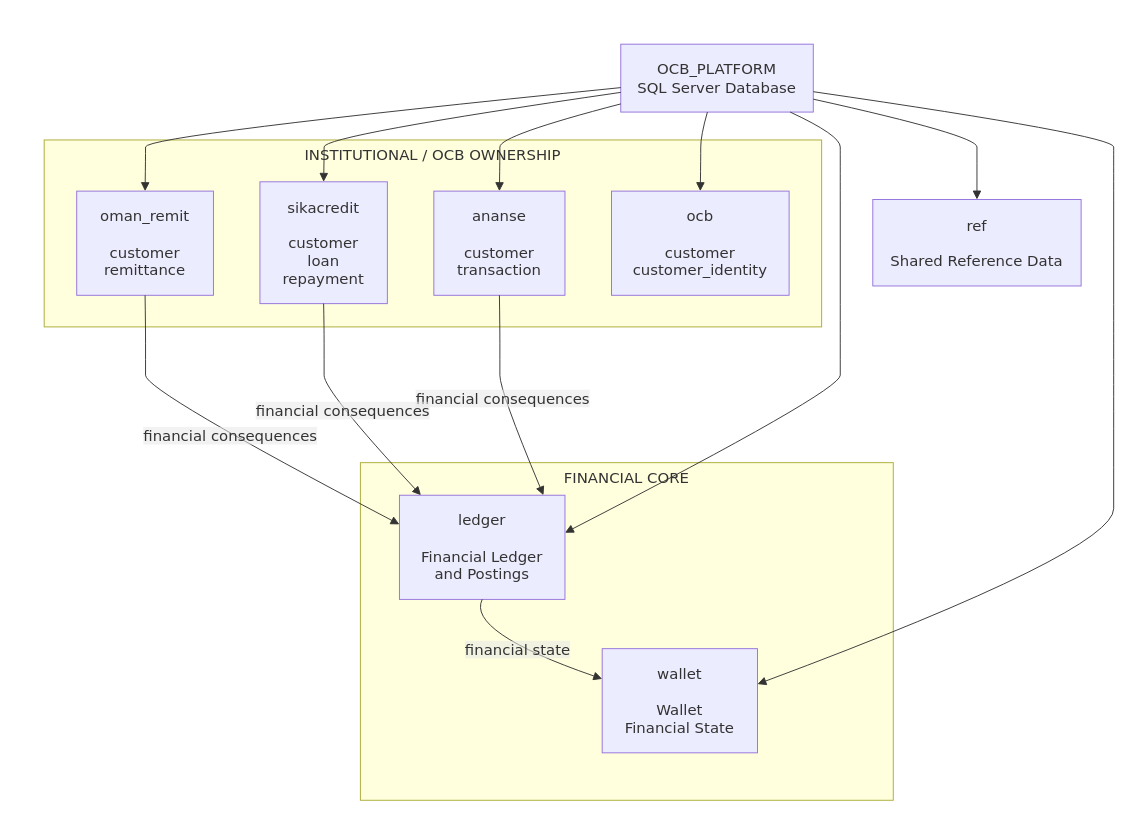
Above: diagrams/WP-2.3-T05_database_schema.drawio in deloveyeboah10-Nagato/OCB_PLATFORM (draw.io), before the change. Source tidied: cells renumbered, new cells numbered last; positions are measured from the earlier drawing's top-left corner, leaving out a move shared by most shapes. Both pictures are drawn from the tidied source at 93%, with x=0, y=0 at pixel (16, 16).
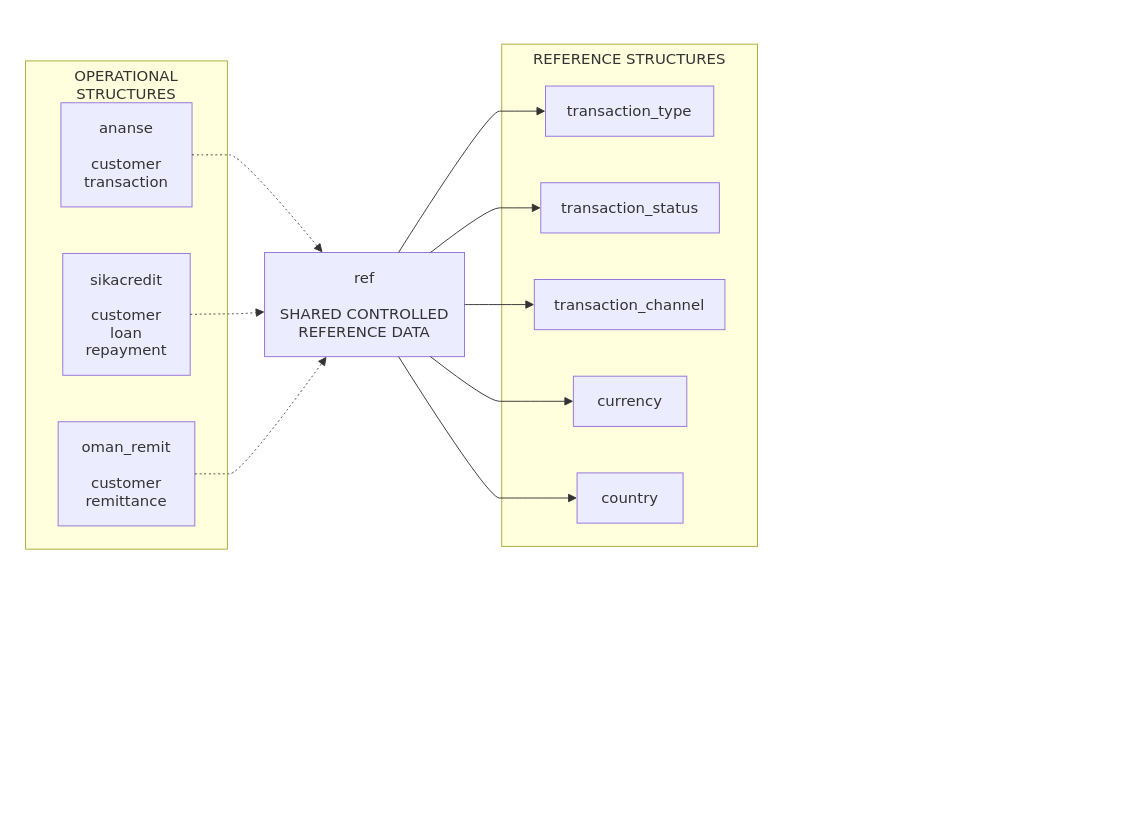
After the change.

The edit, as a diff of the source:
```diff
@@
     <mxCell id="2" style="group;transparentBounds=1;editIcon=1;lockedGroup=0;groupPadding=10;" parent="1" vertex="1">
-      <mxGeometry width="600" height="637" as="geometry" />
+      <mxGeometry as="geometry" />
     </mxCell>
-    <mxCell id="3" value="INSTITUTIONAL / OCB OWNERSHIP" style="html=1;whiteSpace=wrap;strokeWidth=1;verticalAlign=top;fillColor=light-dark(#ffffde,#1f2020);strokeColor=light-dark(#aaaa33,#cccccc);fontColor=light-dark(#333333,#cccccc);fontFamily=Trebuchet MS,Verdana,Arial,sans-serif;fontSize=16;" parent="2" vertex="1">
-      <mxGeometry x="30" y="133" width="836" height="201" as="geometry" />
-    </mxCell>
-    <mxCell id="4" value="ocb&#10;&#10;customer&#10;customer_identity" style="html=1;whiteSpace=wrap;strokeWidth=1;fillColor=light-dark(#ECECFF,#1f2020);strokeColor=light-dark(#9370DB,#cccccc);fontColor=light-dark(#333333,#cccccc);fontFamily=Trebuchet MS,Verdana,Arial,sans-serif;fontSize=16;" parent="3" vertex="1">
-      <mxGeometry x="610" y="55" width="191" height="112" as="geometry" />
-    </mxCell>
+    <mxCell id="24" value="OPERATIONAL STRUCTURES" style="html=1;whiteSpace=wrap;strokeWidth=1;verticalAlign=top;fillColor=light-dark(#ffffde,#1f2020);strokeColor=light-dark(#aaaa33,#cccccc);fontColor=light-dark(#333333,#cccccc);fontFamily=Trebuchet MS,Verdana,Arial,sans-serif;fontSize=16;" parent="2" vertex="1">
+      <mxGeometry x="10" y="48" width="217" height="525" as="geometry" />
+    </mxCell>
-    <mxCell id="5" value="ananse&#10;&#10;customer&#10;transaction" style="html=1;whiteSpace=wrap;strokeWidth=1;fillColor=light-dark(#ECECFF,#1f2020);strokeColor=light-dark(#9370DB,#cccccc);fontColor=light-dark(#333333,#cccccc);fontFamily=Trebuchet MS,Verdana,Arial,sans-serif;fontSize=16;" parent="3" vertex="1">
-      <mxGeometry x="419" y="55" width="141" height="112" as="geometry" />
+    <mxCell id="5" value="ananse&#10;&#10;customer&#10;transaction" style="html=1;whiteSpace=wrap;strokeWidth=1;fillColor=light-dark(#ECECFF,#1f2020);strokeColor=light-dark(#9370DB,#cccccc);fontColor=light-dark(#333333,#cccccc);fontFamily=Trebuchet MS,Verdana,Arial,sans-serif;fontSize=16;" parent="24" vertex="1">
+      <mxGeometry x="38" y="45" width="141" height="112" as="geometry" />
     </mxCell>
-    <mxCell id="6" value="sikacredit&#10;&#10;customer&#10;loan&#10;repayment" style="html=1;whiteSpace=wrap;strokeWidth=1;fillColor=light-dark(#ECECFF,#1f2020);strokeColor=light-dark(#9370DB,#cccccc);fontColor=light-dark(#333333,#cccccc);fontFamily=Trebuchet MS,Verdana,Arial,sans-serif;fontSize=16;" parent="3" vertex="1">
-      <mxGeometry x="232" y="45" width="137" height="131" as="geometry" />
+    <mxCell id="6" value="sikacredit&#10;&#10;customer&#10;loan&#10;repayment" style="html=1;whiteSpace=wrap;strokeWidth=1;fillColor=light-dark(#ECECFF,#1f2020);strokeColor=light-dark(#9370DB,#cccccc);fontColor=light-dark(#333333,#cccccc);fontFamily=Trebuchet MS,Verdana,Arial,sans-serif;fontSize=16;" parent="24" vertex="1">
+      <mxGeometry x="40" y="207" width="137" height="131" as="geometry" />
     </mxCell>
-    <mxCell id="7" value="oman_remit&#10;&#10;customer&#10;remittance" style="html=1;whiteSpace=wrap;strokeWidth=1;fillColor=light-dark(#ECECFF,#1f2020);strokeColor=light-dark(#9370DB,#cccccc);fontColor=light-dark(#333333,#cccccc);fontFamily=Trebuchet MS,Verdana,Arial,sans-serif;fontSize=16;" parent="3" vertex="1">
-      <mxGeometry x="35" y="55" width="147" height="112" as="geometry" />
+    <mxCell id="7" value="oman_remit&#10;&#10;customer&#10;remittance" style="html=1;whiteSpace=wrap;strokeWidth=1;fillColor=light-dark(#ECECFF,#1f2020);strokeColor=light-dark(#9370DB,#cccccc);fontColor=light-dark(#333333,#cccccc);fontFamily=Trebuchet MS,Verdana,Arial,sans-serif;fontSize=16;" parent="24" vertex="1">
+      <mxGeometry x="35" y="388" width="147" height="112" as="geometry" />
     </mxCell>
-    <mxCell id="8" value="FINANCIAL CORE" style="html=1;whiteSpace=wrap;strokeWidth=1;verticalAlign=top;fillColor=light-dark(#ffffde,#1f2020);strokeColor=light-dark(#aaaa33,#cccccc);fontColor=light-dark(#333333,#cccccc);fontFamily=Trebuchet MS,Verdana,Arial,sans-serif;fontSize=16;" parent="2" vertex="1">
-      <mxGeometry x="370" y="480" width="573" height="363" as="geometry" />
-    </mxCell>
-    <mxCell id="9" value="wallet&#10;&#10;Wallet&#10;Financial State" style="html=1;whiteSpace=wrap;strokeWidth=1;fillColor=light-dark(#ECECFF,#1f2020);strokeColor=light-dark(#9370DB,#cccccc);fontColor=light-dark(#333333,#cccccc);fontFamily=Trebuchet MS,Verdana,Arial,sans-serif;fontSize=16;" parent="8" vertex="1">
-      <mxGeometry x="260" y="200" width="167" height="112" as="geometry" />
-    </mxCell>
-    <mxCell id="10" value="OCB_PLATFORM&#10;SQL Server Database" style="html=1;whiteSpace=wrap;strokeWidth=1;fillColor=light-dark(#ECECFF,#1f2020);strokeColor=light-dark(#9370DB,#cccccc);fontColor=light-dark(#333333,#cccccc);fontFamily=Trebuchet MS,Verdana,Arial,sans-serif;fontSize=16;" parent="2" vertex="1">
-      <mxGeometry x="650" y="30" width="207" height="73" as="geometry" />
-    </mxCell>
-    <mxCell id="11" value="ref&#10;&#10;Shared Reference Data" style="html=1;whiteSpace=wrap;strokeWidth=1;fillColor=light-dark(#ECECFF,#1f2020);strokeColor=light-dark(#9370DB,#cccccc);fontColor=light-dark(#333333,#cccccc);fontFamily=Trebuchet MS,Verdana,Arial,sans-serif;fontSize=16;" parent="2" vertex="1">
-      <mxGeometry x="921" y="197" width="224" height="93" as="geometry" />
-    </mxCell>
-    <mxCell id="12" style="curved=1;startArrow=none;endArrow=block;endSize=7;strokeColor=light-dark(#333333,#cccccc);exitX=0.45;exitY=1;entryX=0.5;entryY=0;rounded=0;" parent="2" edge="1" source="10" target="4">
-      <mxGeometry relative="1" as="geometry">
-        <Array as="points">
-          <mxPoint x="736" y="128" />
-          <mxPoint x="736" y="153" />
-        </Array>
-      </mxGeometry>
-    </mxCell>
-    <mxCell id="13" style="curved=1;startArrow=none;endArrow=block;endSize=7;strokeColor=light-dark(#333333,#cccccc);exitX=0;exitY=0.88;entryX=0.5;entryY=0;rounded=0;" parent="2" edge="1" source="10" target="5">
-      <mxGeometry relative="1" as="geometry">
-        <Array as="points">
-          <mxPoint x="520" y="128" />
-          <mxPoint x="520" y="153" />
-        </Array>
-      </mxGeometry>
-    </mxCell>
-    <mxCell id="14" style="curved=1;startArrow=none;endArrow=block;endSize=7;strokeColor=light-dark(#333333,#cccccc);exitX=0;exitY=0.71;entryX=0.5;entryY=0;rounded=0;" parent="2" edge="1" source="10" target="6">
-      <mxGeometry relative="1" as="geometry">
-        <Array as="points">
-          <mxPoint x="331" y="128" />
-          <mxPoint x="331" y="153" />
-        </Array>
-      </mxGeometry>
-    </mxCell>
-    <mxCell id="15" style="curved=1;startArrow=none;endArrow=block;endSize=7;strokeColor=light-dark(#333333,#cccccc);exitX=0;exitY=0.64;entryX=0.5;entryY=0;rounded=0;" parent="2" edge="1" source="10" target="7">
-      <mxGeometry relative="1" as="geometry">
-        <Array as="points">
-          <mxPoint x="139" y="128" />
-          <mxPoint x="139" y="153" />
-        </Array>
-      </mxGeometry>
-    </mxCell>
-    <mxCell id="16" style="curved=1;startArrow=none;endArrow=block;endSize=7;strokeColor=light-dark(#333333,#cccccc);exitX=0.88;exitY=1;entryX=1;entryY=0.36;rounded=0;" parent="2" edge="1" source="10" target="22">
-      <mxGeometry relative="1" as="geometry">
-        <Array as="points">
-          <mxPoint x="886" y="128" />
-          <mxPoint x="886" y="153" />
-          <mxPoint x="886" y="244" />
-          <mxPoint x="886" y="334" />
-          <mxPoint x="886" y="369" />
-          <mxPoint x="886" y="403" />
-        </Array>
-      </mxGeometry>
-    </mxCell>
-    <mxCell id="17" style="curved=1;startArrow=none;endArrow=block;endSize=7;strokeColor=light-dark(#333333,#cccccc);exitX=1;exitY=0.7;entryX=1;entryY=0.34;rounded=0;" parent="2" edge="1" source="10" target="9">
-      <mxGeometry relative="1" as="geometry">
-        <Array as="points">
-          <mxPoint x="1180" y="128" />
-          <mxPoint x="1180" y="153" />
-          <mxPoint x="1180" y="244" />
-          <mxPoint x="1180" y="334" />
-          <mxPoint x="1180" y="369" />
-          <mxPoint x="1180" y="403" />
-          <mxPoint x="1180" y="484" />
-          <mxPoint x="1180" y="575" />
-        </Array>
-      </mxGeometry>
-    </mxCell>
-    <mxCell id="18" style="curved=1;startArrow=none;endArrow=block;endSize=7;strokeColor=light-dark(#333333,#cccccc);exitX=1;exitY=0.81;entryX=0.5;entryY=0;rounded=0;" parent="2" edge="1" source="10" target="11">
-      <mxGeometry relative="1" as="geometry">
-        <Array as="points">
-          <mxPoint x="1033" y="128" />
-          <mxPoint x="1033" y="153" />
-        </Array>
-      </mxGeometry>
-    </mxCell>
-    <mxCell id="19" value="financial consequences" style="curved=1;startArrow=none;endArrow=block;endSize=7;strokeColor=light-dark(#333333,#cccccc);html=1;fontSize=16;labelBackgroundColor=light-dark(#E8E8E88D,#2a2a2a8D);fontFamily=Trebuchet MS,Verdana,Arial,sans-serif;fontColor=light-dark(#333333,#cccccc);exitX=0.5;exitY=1;entryX=0.87;entryY=0;rounded=0;" parent="2" edge="1" source="5" target="22">
-      <mxGeometry relative="1" as="geometry">
-        <Array as="points">
-          <mxPoint x="520" y="334" />
-          <mxPoint x="520" y="369" />
-          <mxPoint x="520" y="403" />
-        </Array>
-      </mxGeometry>
-    </mxCell>
-    <mxCell id="20" value="financial consequences" style="curved=1;startArrow=none;endArrow=block;endSize=7;strokeColor=light-dark(#333333,#cccccc);html=1;fontSize=16;labelBackgroundColor=light-dark(#E8E8E88D,#2a2a2a8D);fontFamily=Trebuchet MS,Verdana,Arial,sans-serif;fontColor=light-dark(#333333,#cccccc);exitX=0.5;exitY=1;entryX=0.13;entryY=0;rounded=0;" parent="2" edge="1" source="6" target="22">
-      <mxGeometry relative="1" as="geometry">
-        <Array as="points">
-          <mxPoint x="331" y="334" />
-          <mxPoint x="331" y="369" />
-          <mxPoint x="331" y="403" />
-        </Array>
-      </mxGeometry>
-    </mxCell>
-    <mxCell id="21" value="financial consequences" style="curved=1;startArrow=none;endArrow=block;endSize=7;strokeColor=light-dark(#333333,#cccccc);html=1;fontSize=16;labelBackgroundColor=light-dark(#E8E8E88D,#2a2a2a8D);fontFamily=Trebuchet MS,Verdana,Arial,sans-serif;fontColor=light-dark(#333333,#cccccc);exitX=0.5;exitY=1;entryX=0;entryY=0.28;rounded=0;" parent="2" edge="1" source="7" target="22">
-      <mxGeometry relative="1" as="geometry">
-        <Array as="points">
-          <mxPoint x="139" y="334" />
-          <mxPoint x="139" y="369" />
-          <mxPoint x="139" y="403" />
-        </Array>
-      </mxGeometry>
-    </mxCell>
-    <mxCell id="22" value="ledger&#10;&#10;Financial Ledger&#10;and Postings" style="html=1;whiteSpace=wrap;strokeWidth=1;fillColor=light-dark(#ECECFF,#1f2020);strokeColor=light-dark(#9370DB,#cccccc);fontColor=light-dark(#333333,#cccccc);fontFamily=Trebuchet MS,Verdana,Arial,sans-serif;fontSize=16;" parent="2" vertex="1">
-      <mxGeometry x="412" y="515" width="178" height="112" as="geometry" />
-    </mxCell>
-    <mxCell id="23" value="financial state" style="curved=1;startArrow=none;endArrow=block;endSize=7;strokeColor=light-dark(#333333,#cccccc);html=1;fontSize=16;labelBackgroundColor=light-dark(#E8E8E88D,#2a2a2a8D);fontFamily=Trebuchet MS,Verdana,Arial,sans-serif;fontColor=light-dark(#333333,#cccccc);exitX=0.5;exitY=1;entryX=0;entryY=0.29;rounded=0;" parent="2" edge="1" source="22" target="9">
-      <mxGeometry relative="1" as="geometry">
-        <Array as="points">
-          <mxPoint x="484" y="662" />
-        </Array>
-      </mxGeometry>
-    </mxCell>
+    <mxCell id="25" value="REFERENCE STRUCTURES" style="html=1;whiteSpace=wrap;strokeWidth=1;verticalAlign=top;fillColor=light-dark(#ffffde,#1f2020);strokeColor=light-dark(#aaaa33,#cccccc);fontColor=light-dark(#333333,#cccccc);fontFamily=Trebuchet MS,Verdana,Arial,sans-serif;fontSize=16;" parent="2" vertex="1">
+      <mxGeometry x="522" y="30" width="275" height="540" as="geometry" />
+    </mxCell>
+    <mxCell id="26" value="transaction_type" style="html=1;whiteSpace=wrap;strokeWidth=1;fillColor=light-dark(#ECECFF,#1f2020);strokeColor=light-dark(#9370DB,#cccccc);fontColor=light-dark(#333333,#cccccc);fontFamily=Trebuchet MS,Verdana,Arial,sans-serif;fontSize=16;" parent="25" vertex="1">
+      <mxGeometry x="47" y="45" width="181" height="54" as="geometry" />
+    </mxCell>
+    <mxCell id="27" value="transaction_status" style="html=1;whiteSpace=wrap;strokeWidth=1;fillColor=light-dark(#ECECFF,#1f2020);strokeColor=light-dark(#9370DB,#cccccc);fontColor=light-dark(#333333,#cccccc);fontFamily=Trebuchet MS,Verdana,Arial,sans-serif;fontSize=16;" parent="25" vertex="1">
+      <mxGeometry x="42" y="149" width="192" height="54" as="geometry" />
+    </mxCell>
+    <mxCell id="28" value="transaction_channel" style="html=1;whiteSpace=wrap;strokeWidth=1;fillColor=light-dark(#ECECFF,#1f2020);strokeColor=light-dark(#9370DB,#cccccc);fontColor=light-dark(#333333,#cccccc);fontFamily=Trebuchet MS,Verdana,Arial,sans-serif;fontSize=16;" parent="25" vertex="1">
+      <mxGeometry x="35" y="253" width="205" height="54" as="geometry" />
+    </mxCell>
+    <mxCell id="29" value="currency" style="html=1;whiteSpace=wrap;strokeWidth=1;fillColor=light-dark(#ECECFF,#1f2020);strokeColor=light-dark(#9370DB,#cccccc);fontColor=light-dark(#333333,#cccccc);fontFamily=Trebuchet MS,Verdana,Arial,sans-serif;fontSize=16;" parent="25" vertex="1">
+      <mxGeometry x="77" y="357" width="122" height="54" as="geometry" />
+    </mxCell>
+    <mxCell id="30" value="country" style="html=1;whiteSpace=wrap;strokeWidth=1;fillColor=light-dark(#ECECFF,#1f2020);strokeColor=light-dark(#9370DB,#cccccc);fontColor=light-dark(#333333,#cccccc);fontFamily=Trebuchet MS,Verdana,Arial,sans-serif;fontSize=16;" parent="25" vertex="1">
+      <mxGeometry x="81" y="461" width="114" height="54" as="geometry" />
+    </mxCell>
+    <mxCell id="31" value="ref&#10;&#10;SHARED CONTROLLED&#10;REFERENCE DATA" style="html=1;whiteSpace=wrap;strokeWidth=1;fillColor=light-dark(#ECECFF,#1f2020);strokeColor=light-dark(#9370DB,#cccccc);fontColor=light-dark(#333333,#cccccc);fontFamily=Trebuchet MS,Verdana,Arial,sans-serif;fontSize=16;" parent="2" vertex="1">
+      <mxGeometry x="267" y="254" width="215" height="112" as="geometry" />
+    </mxCell>
+    <mxCell id="32" style="curved=1;dashed=1;dashPattern=2 3;fixDash=1;startArrow=none;endArrow=block;endSize=7;strokeColor=light-dark(#333333,#cccccc);exitX=1;exitY=0.5;entryX=0.29;entryY=0;" parent="2" edge="1" source="5" target="31">
+      <mxGeometry relative="1" as="geometry">
+        <Array as="points">
+          <mxPoint x="217" y="149" />
+          <mxPoint x="242" y="149" />
+        </Array>
+      </mxGeometry>
+    </mxCell>
+    <mxCell id="33" style="curved=1;dashed=1;dashPattern=2 3;fixDash=1;startArrow=none;endArrow=block;endSize=7;strokeColor=light-dark(#333333,#cccccc);exitX=1;exitY=0.5;entryX=0;entryY=0.57;" parent="2" edge="1" source="6" target="31">
+      <mxGeometry relative="1" as="geometry">
+        <Array as="points">
+          <mxPoint x="217" y="320" />
+          <mxPoint x="242" y="320" />
+        </Array>
+      </mxGeometry>
+    </mxCell>
+    <mxCell id="34" style="curved=1;dashed=1;dashPattern=2 3;fixDash=1;startArrow=none;endArrow=block;endSize=7;strokeColor=light-dark(#333333,#cccccc);exitX=1;exitY=0.5;entryX=0.31;entryY=1;" parent="2" edge="1" source="7" target="31">
+      <mxGeometry relative="1" as="geometry">
+        <Array as="points">
+          <mxPoint x="217" y="492" />
+          <mxPoint x="242" y="492" />
+        </Array>
+      </mxGeometry>
+    </mxCell>
+    <mxCell id="35" style="curved=1;startArrow=none;endArrow=block;endSize=7;strokeColor=light-dark(#333333,#cccccc);exitX=0.67;exitY=0;entryX=0;entryY=0.5;" parent="2" edge="1" source="31" target="26">
+      <mxGeometry relative="1" as="geometry">
+        <Array as="points">
+          <mxPoint x="507" y="102" />
+          <mxPoint x="532" y="102" />
+        </Array>
+      </mxGeometry>
+    </mxCell>
+    <mxCell id="36" style="curved=1;startArrow=none;endArrow=block;endSize=7;strokeColor=light-dark(#333333,#cccccc);exitX=0.83;exitY=0;entryX=0;entryY=0.5;" parent="2" edge="1" source="31" target="27">
+      <mxGeometry relative="1" as="geometry">
+        <Array as="points">
+          <mxPoint x="507" y="206" />
+          <mxPoint x="532" y="206" />
+        </Array>
+      </mxGeometry>
+    </mxCell>
+    <mxCell id="37" style="curved=1;startArrow=none;endArrow=block;endSize=7;strokeColor=light-dark(#333333,#cccccc);exitX=1;exitY=0.5;entryX=0;entryY=0.5;" parent="2" edge="1" source="31" target="28">
+      <mxGeometry relative="1" as="geometry" />
+    </mxCell>
+    <mxCell id="38" style="curved=1;startArrow=none;endArrow=block;endSize=7;strokeColor=light-dark(#333333,#cccccc);exitX=0.83;exitY=1;entryX=0;entryY=0.5;" parent="2" edge="1" source="31" target="29">
+      <mxGeometry relative="1" as="geometry">
+        <Array as="points">
+          <mxPoint x="507" y="414" />
+          <mxPoint x="532" y="414" />
+        </Array>
+      </mxGeometry>
+    </mxCell>
+    <mxCell id="39" style="curved=1;startArrow=none;endArrow=block;endSize=7;strokeColor=light-dark(#333333,#cccccc);exitX=0.67;exitY=1;entryX=0;entryY=0.5;" parent="2" edge="1" source="31" target="30">
+      <mxGeometry relative="1" as="geometry">
+        <Array as="points">
+          <mxPoint x="507" y="518" />
+          <mxPoint x="532" y="518" />
+        </Array>
+      </mxGeometry>
+    </mxCell>
```
